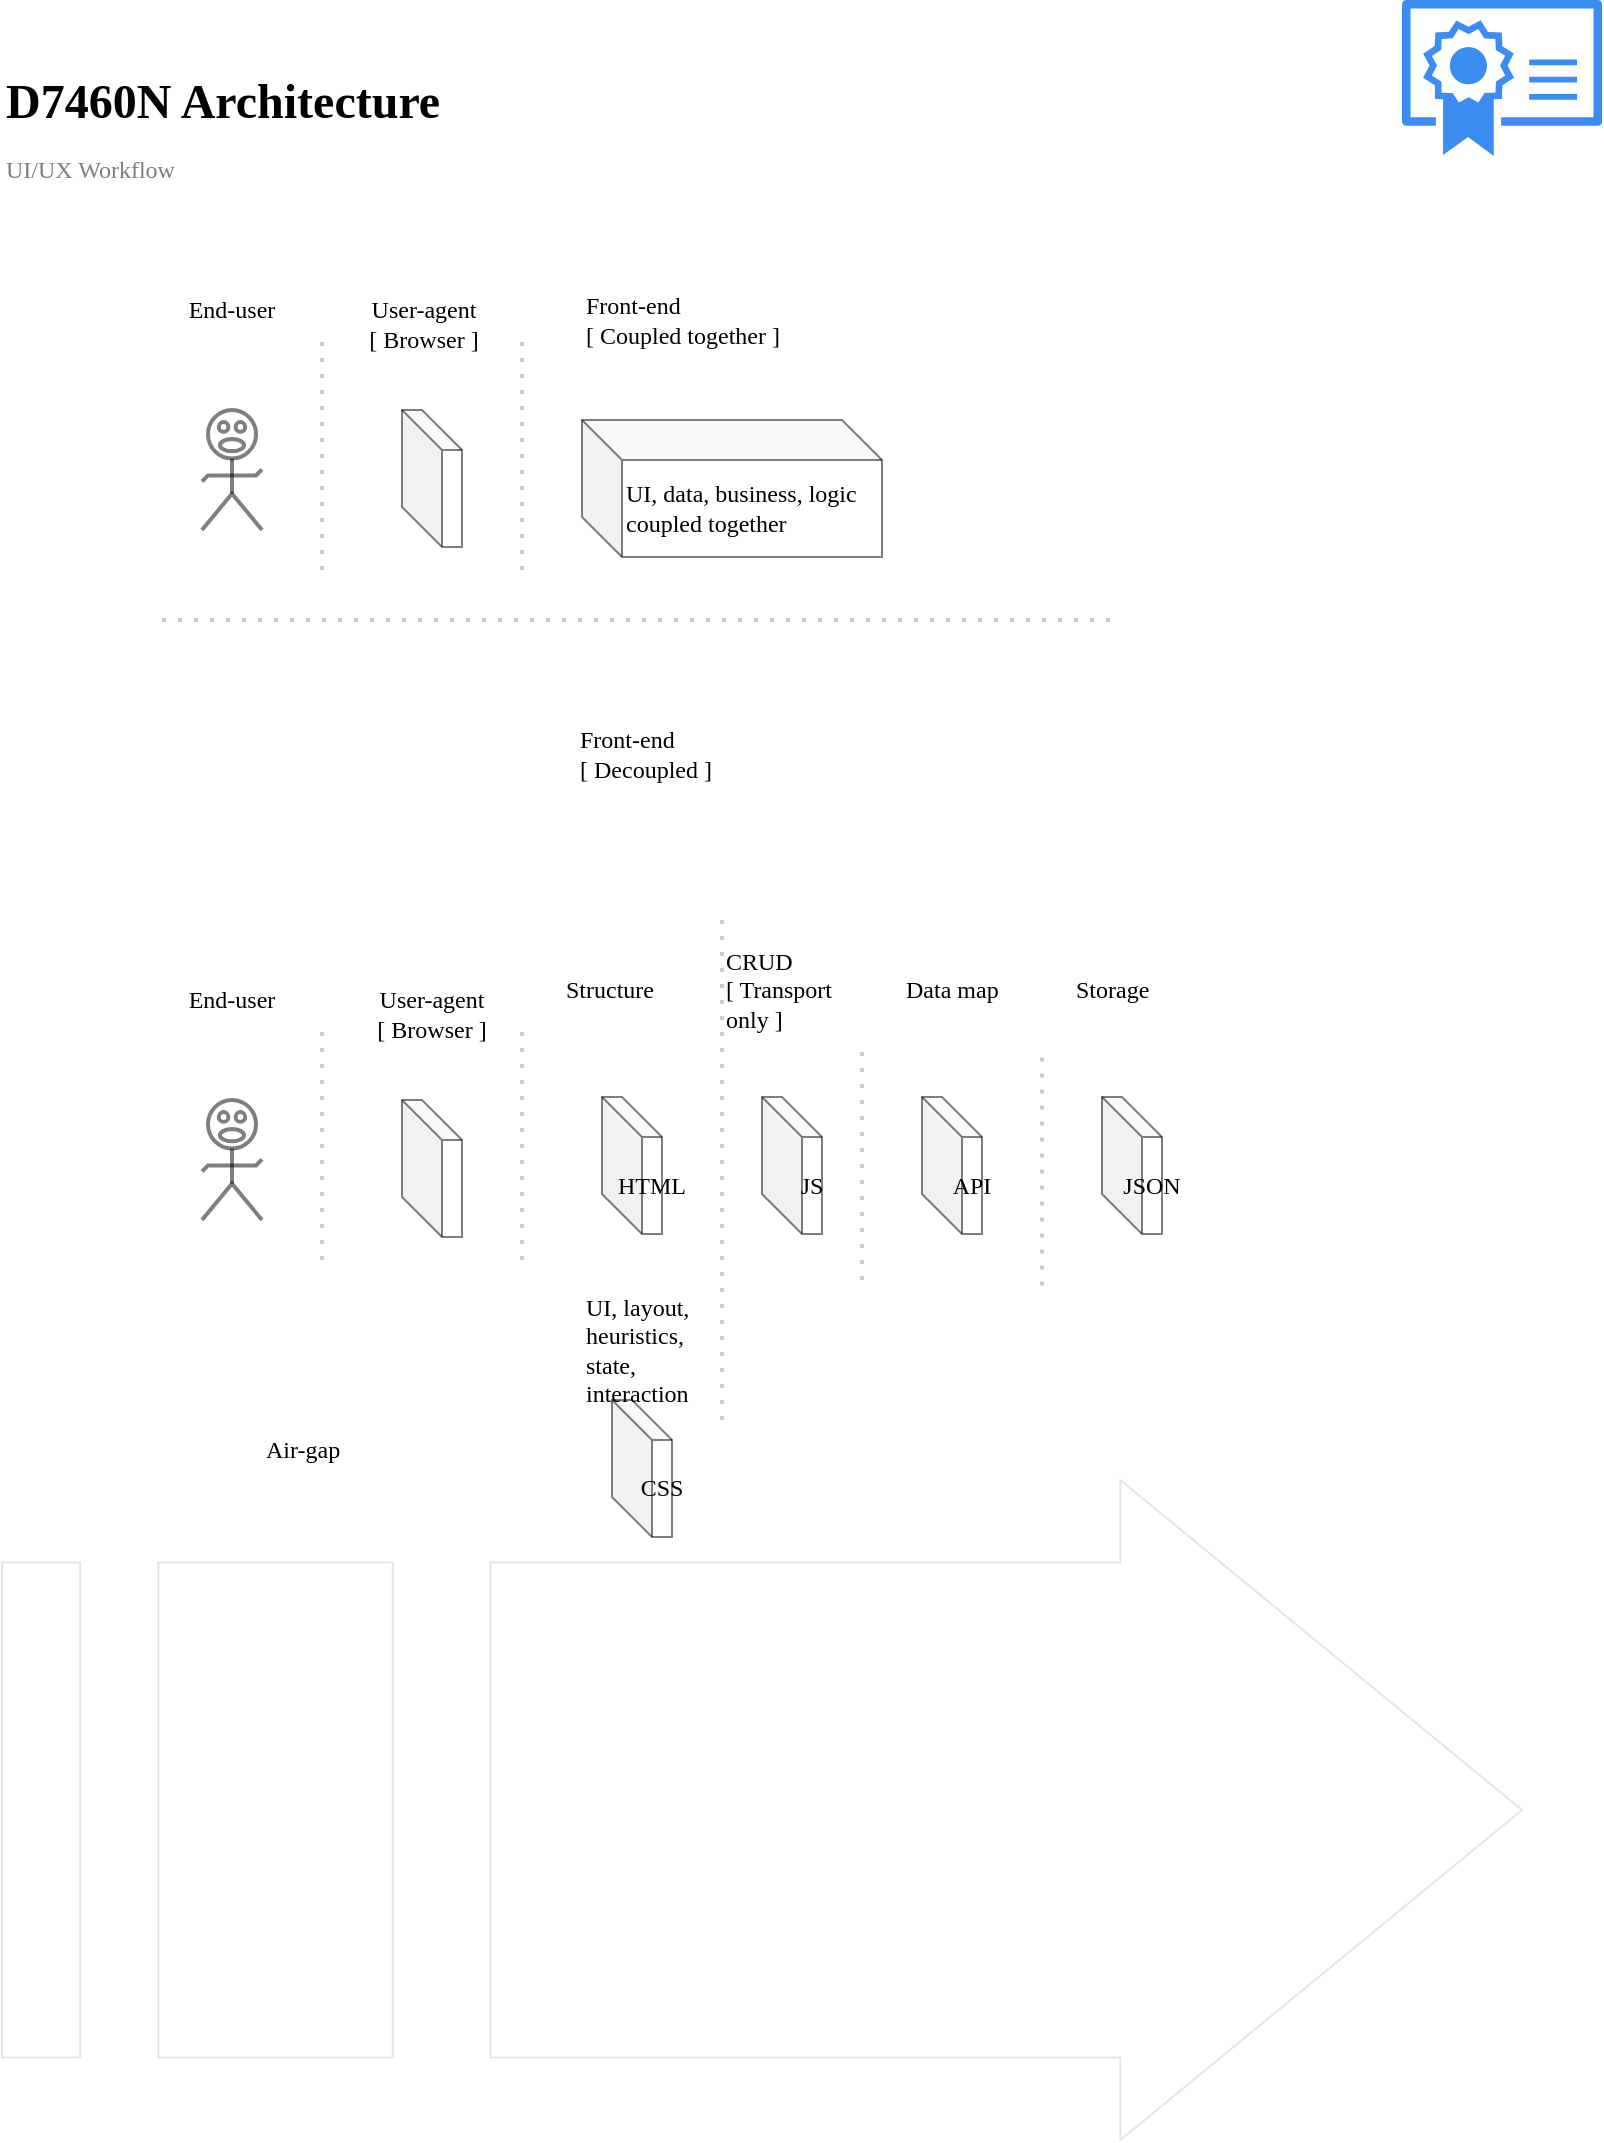
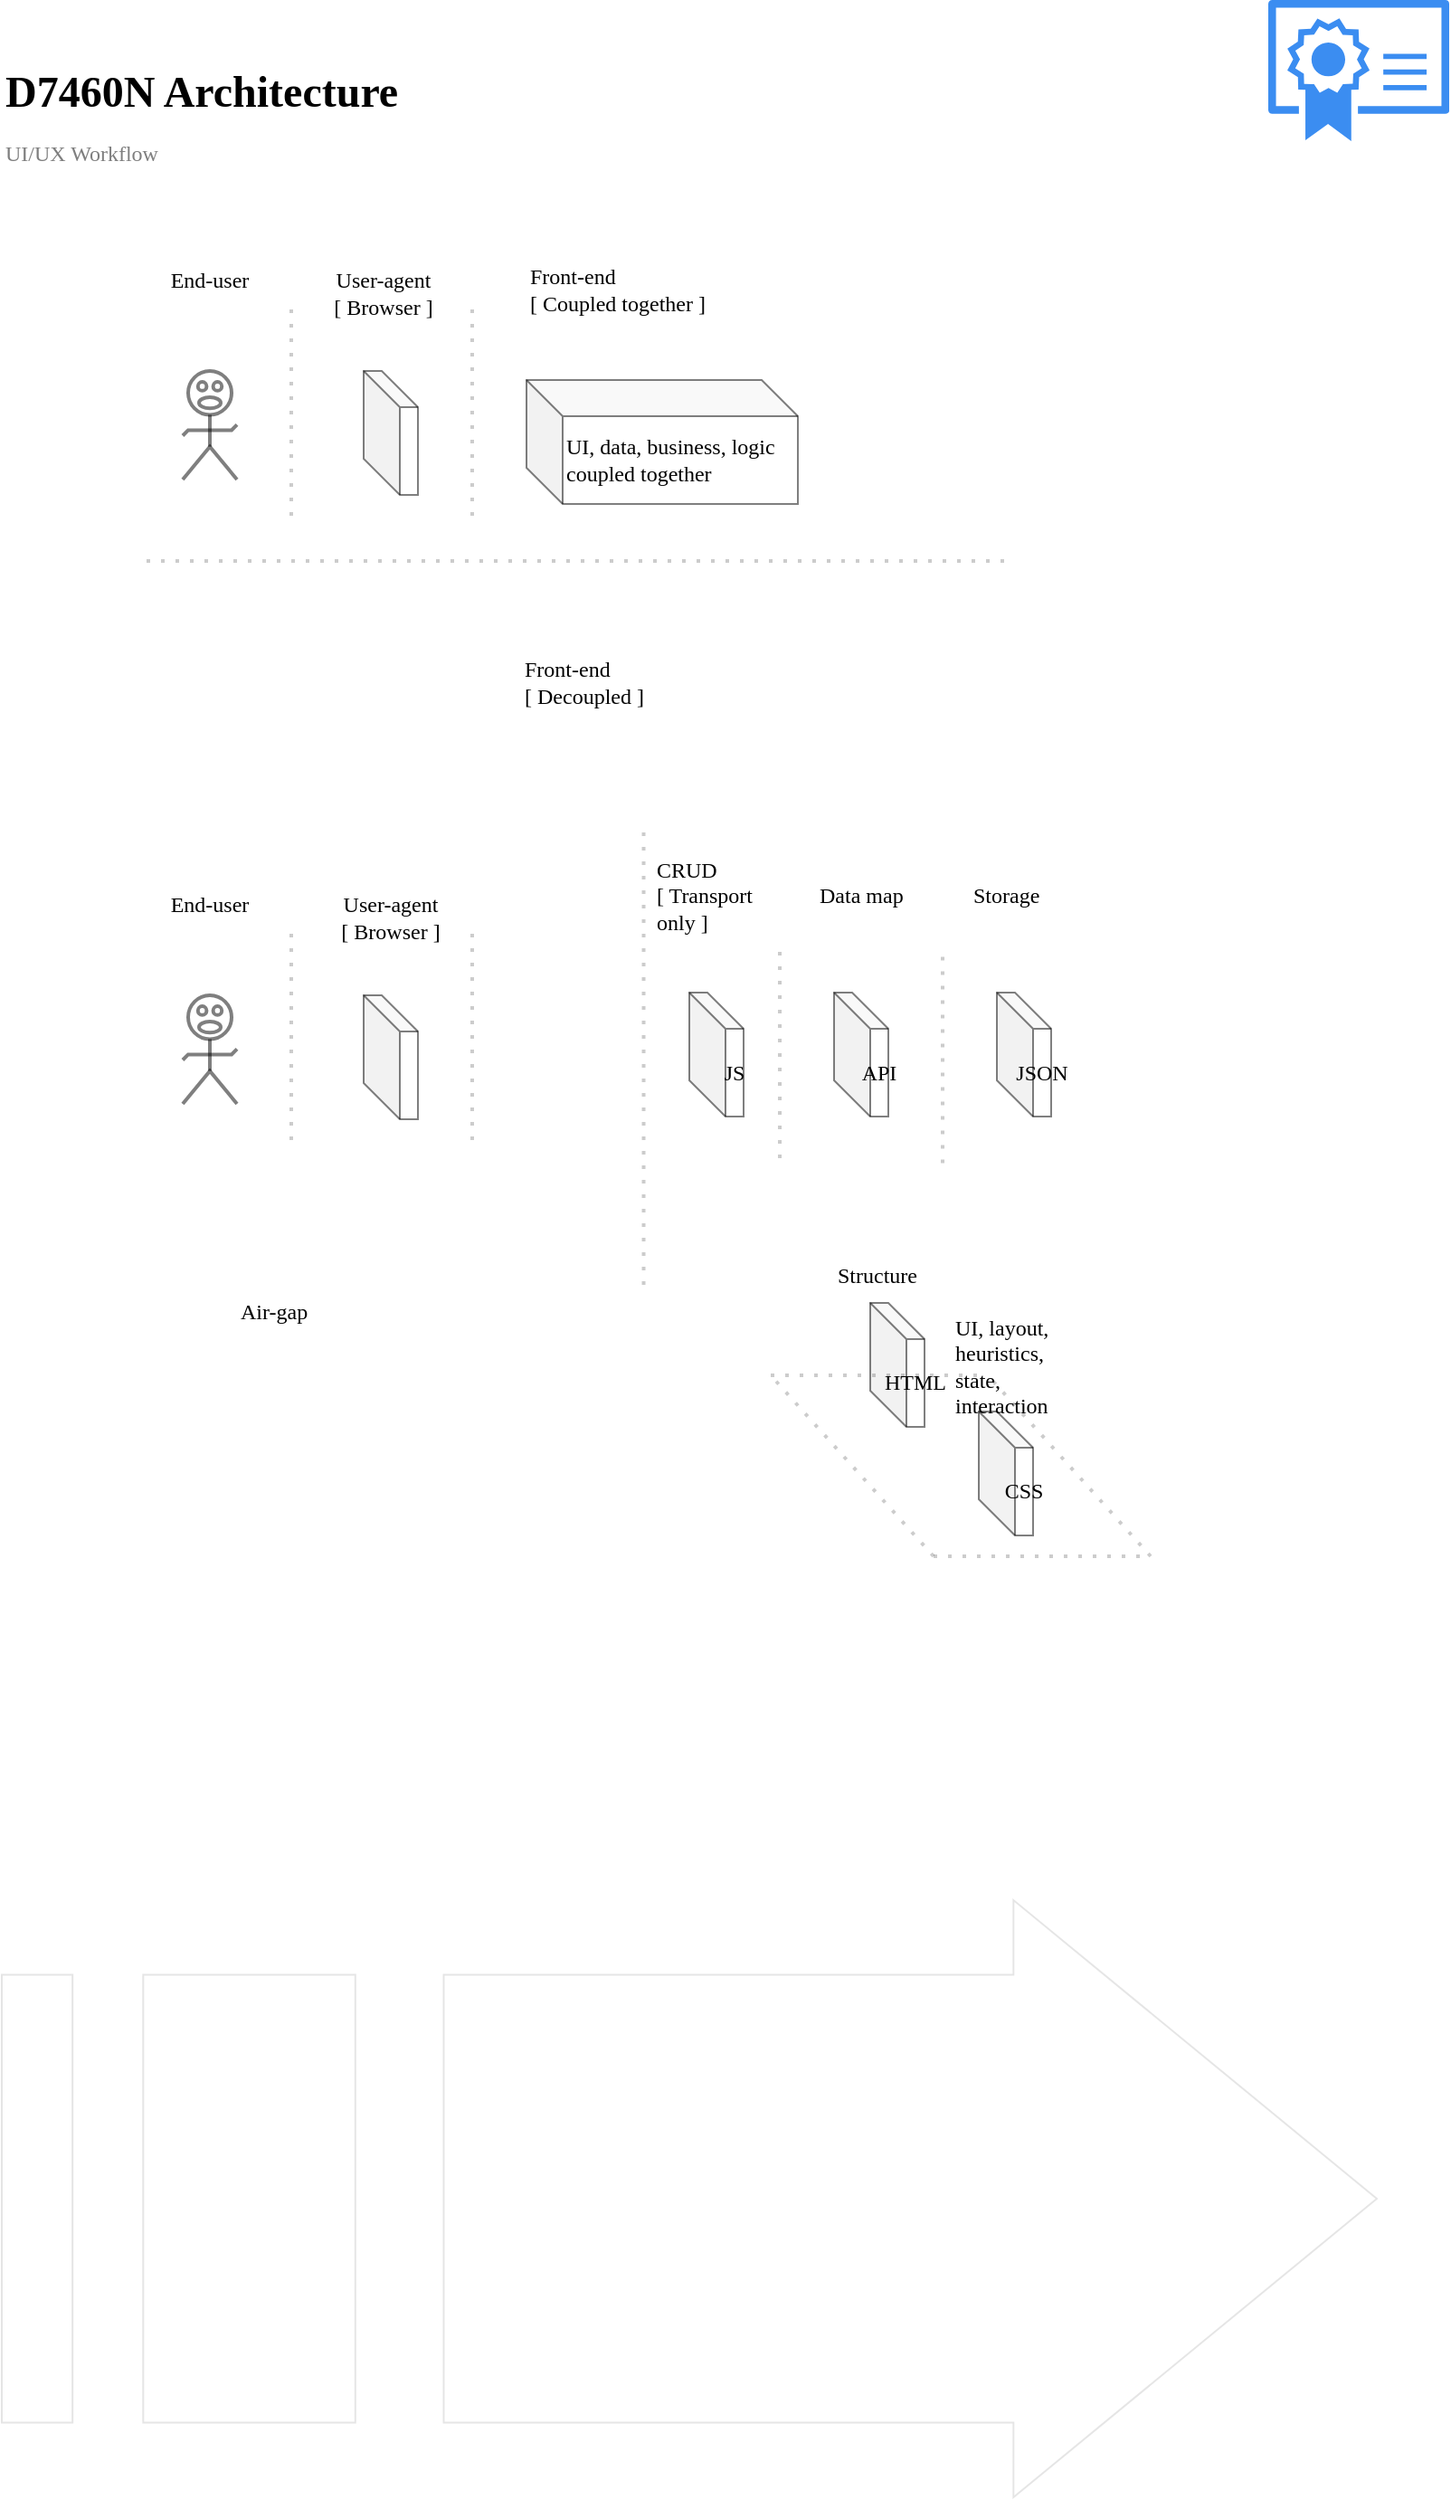
<mxfile host="app.diagrams.net">
  <diagram name="Page-1" id="1L3lwdz5k8RD5xpfTW7Q">
    <mxGraphModel dx="971" dy="611" grid="1" gridSize="10" guides="1" tooltips="1" connect="1" arrows="1" fold="1" page="1" pageScale="1" pageWidth="850" pageHeight="1100" background="none" math="0" shadow="0">
      <root>
        <mxCell id="0" />
        <mxCell id="1" parent="0" />
        <mxCell id="TUrz2ZcVi2iwaZO9Qmu0-129" parent="1" style="html=1;shadow=0;dashed=0;align=center;verticalAlign=middle;shape=mxgraph.arrows2.stripedArrow;dy=0.25;dx=200.84;notch=244.24;opacity=10;strokeColor=default;fontFamily=Oxanium;fontSource=https%3A%2F%2Ffonts.googleapis.com%2Fcss%3Ffamily%3DOxanium;fontSize=12;fontColor=default;fillColor=default;" value="" vertex="1">
-           <mxGeometry height="330" width="760" x="40" y="750" as="geometry" />
+           <mxGeometry height="330" width="760" x="40" y="1060" as="geometry" />
        </mxCell>
        <mxCell id="LfbMUPxPE-MoH8NiE-iL-1" parent="1" style="text;html=1;whiteSpace=wrap;overflow=hidden;rounded=0;fontFamily=Oxanium;fontSource=https%3A%2F%2Ffonts.googleapis.com%2Fcss%3Ffamily%3DOxanium;" value="&lt;h1 style=&quot;margin-top: 0px;&quot;&gt;D7460N Architecture&lt;/h1&gt;" vertex="1">
          <mxGeometry height="40" width="250" x="40" y="40" as="geometry" />
        </mxCell>
        <mxCell id="-z0_abtDp8Hiw1sDU8dF-1" parent="1" style="text;html=1;whiteSpace=wrap;strokeColor=none;fillColor=none;align=left;verticalAlign=middle;rounded=0;opacity=50;textOpacity=50;" value="&lt;span style=&quot;font-family: Oxanium;&quot;&gt;UI/UX Workflow&lt;/span&gt;" vertex="1">
          <mxGeometry height="30" width="380" x="40" y="80" as="geometry" />
        </mxCell>
        <mxCell id="TUrz2ZcVi2iwaZO9Qmu0-21" parent="1" style="sketch=0;html=1;aspect=fixed;strokeColor=none;shadow=0;fillColor=#3B8DF1;verticalAlign=top;labelPosition=center;verticalLabelPosition=bottom;shape=mxgraph.gcp2.certified_industry_standard" value="" vertex="1">
          <mxGeometry height="78" width="100" x="740" y="10" as="geometry" />
        </mxCell>
        <mxCell id="TUrz2ZcVi2iwaZO9Qmu0-26" parent="1" style="verticalLabelPosition=bottom;html=1;verticalAlign=top;strokeWidth=2;shape=mxgraph.lean_mapping.verbal;pointerEvents=1;opacity=50;" value="" vertex="1">
          <mxGeometry height="60" width="30" x="140" y="560" as="geometry" />
        </mxCell>
        <mxCell id="TUrz2ZcVi2iwaZO9Qmu0-58" parent="1" style="shape=cube;whiteSpace=wrap;html=1;boundedLbl=1;backgroundOutline=1;darkOpacity=0.05;darkOpacity2=0.1;opacity=50;strokeColor=default;align=center;verticalAlign=middle;fontFamily=Oxanium;fontSource=https%3A%2F%2Ffonts.googleapis.com%2Fcss%3Ffamily%3DOxanium;fontSize=12;fontColor=default;fillColor=default;size=20;" value="" vertex="1">
          <mxGeometry height="68.5" width="30" x="240" y="560" as="geometry" />
        </mxCell>
        <mxCell id="TUrz2ZcVi2iwaZO9Qmu0-67" edge="1" parent="1" style="endArrow=none;dashed=1;html=1;dashPattern=1 3;strokeWidth=2;rounded=0;fontFamily=Oxanium;fontSource=https%3A%2F%2Ffonts.googleapis.com%2Fcss%3Ffamily%3DOxanium;fontSize=12;fontColor=default;opacity=20;" value="">
          <mxGeometry height="50" relative="1" width="50" as="geometry">
            <mxPoint x="200" y="640" as="sourcePoint" />
            <mxPoint x="200" y="520" as="targetPoint" />
          </mxGeometry>
        </mxCell>
        <mxCell id="TUrz2ZcVi2iwaZO9Qmu0-68" parent="1" style="text;html=1;whiteSpace=wrap;strokeColor=none;fillColor=none;align=center;verticalAlign=middle;rounded=0;autosize=1;resizable=0;fontFamily=Oxanium;fontSource=https%3A%2F%2Ffonts.googleapis.com%2Fcss%3Ffamily%3DOxanium;fontSize=12;fontColor=default;" value="End-user" vertex="1">
          <mxGeometry height="30" width="70" x="120" y="495" as="geometry" />
        </mxCell>
        <mxCell id="TUrz2ZcVi2iwaZO9Qmu0-70" parent="1" style="text;html=1;whiteSpace=wrap;strokeColor=none;fillColor=none;align=center;verticalAlign=middle;rounded=0;autosize=1;resizable=0;fontFamily=Oxanium;fontSource=https%3A%2F%2Ffonts.googleapis.com%2Fcss%3Ffamily%3DOxanium;fontSize=12;fontColor=default;" value="User-agent&lt;div&gt;[ Browser ]&lt;/div&gt;" vertex="1">
          <mxGeometry height="40" width="90" x="210" y="497" as="geometry" />
        </mxCell>
        <mxCell id="TUrz2ZcVi2iwaZO9Qmu0-71" edge="1" parent="1" style="endArrow=none;dashed=1;html=1;dashPattern=1 3;strokeWidth=2;rounded=0;fontFamily=Oxanium;fontSource=https%3A%2F%2Ffonts.googleapis.com%2Fcss%3Ffamily%3DOxanium;fontSize=12;fontColor=default;opacity=20;" value="">
          <mxGeometry height="50" relative="1" width="50" as="geometry">
            <mxPoint x="300" y="640" as="sourcePoint" />
            <mxPoint x="300" y="520" as="targetPoint" />
          </mxGeometry>
        </mxCell>
        <mxCell id="TUrz2ZcVi2iwaZO9Qmu0-82" parent="1" style="shape=cube;whiteSpace=wrap;html=1;boundedLbl=1;backgroundOutline=1;darkOpacity=0.05;darkOpacity2=0.1;opacity=50;strokeColor=default;align=center;verticalAlign=middle;fontFamily=Oxanium;fontSource=https%3A%2F%2Ffonts.googleapis.com%2Fcss%3Ffamily%3DOxanium;fontSize=12;fontColor=default;fillColor=default;size=20;" value="JS" vertex="1">
          <mxGeometry height="68.5" width="30" x="420" y="558.5" as="geometry" />
        </mxCell>
        <mxCell id="TUrz2ZcVi2iwaZO9Qmu0-81" parent="1" style="shape=cube;whiteSpace=wrap;html=1;boundedLbl=1;backgroundOutline=1;darkOpacity=0.05;darkOpacity2=0.1;opacity=50;strokeColor=default;align=center;verticalAlign=middle;fontFamily=Oxanium;fontSource=https%3A%2F%2Ffonts.googleapis.com%2Fcss%3Ffamily%3DOxanium;fontSize=12;fontColor=default;fillColor=default;size=20;" value="HTML" vertex="1">
-           <mxGeometry height="68.5" width="30" x="340" y="558.5" as="geometry" />
+           <mxGeometry height="68.5" width="30" x="520" y="730" as="geometry" />
        </mxCell>
        <mxCell id="TUrz2ZcVi2iwaZO9Qmu0-85" parent="1" style="shape=cube;whiteSpace=wrap;html=1;boundedLbl=1;backgroundOutline=1;darkOpacity=0.05;darkOpacity2=0.1;opacity=50;strokeColor=default;align=center;verticalAlign=middle;fontFamily=Oxanium;fontSource=https%3A%2F%2Ffonts.googleapis.com%2Fcss%3Ffamily%3DOxanium;fontSize=12;fontColor=default;fillColor=default;size=20;" value="JSON" vertex="1">
          <mxGeometry height="68.5" width="30" x="590" y="558.5" as="geometry" />
        </mxCell>
        <mxCell id="TUrz2ZcVi2iwaZO9Qmu0-86" parent="1" style="shape=cube;whiteSpace=wrap;html=1;boundedLbl=1;backgroundOutline=1;darkOpacity=0.05;darkOpacity2=0.1;opacity=50;strokeColor=default;align=center;verticalAlign=middle;fontFamily=Oxanium;fontSource=https%3A%2F%2Ffonts.googleapis.com%2Fcss%3Ffamily%3DOxanium;fontSize=12;fontColor=default;fillColor=default;size=20;" value="API" vertex="1">
          <mxGeometry height="68.5" width="30" x="500" y="558.5" as="geometry" />
        </mxCell>
        <mxCell id="TUrz2ZcVi2iwaZO9Qmu0-127" parent="1" style="shape=cube;whiteSpace=wrap;html=1;boundedLbl=1;backgroundOutline=1;darkOpacity=0.05;darkOpacity2=0.1;opacity=50;strokeColor=default;align=left;verticalAlign=middle;fontFamily=Oxanium;fontSource=https%3A%2F%2Ffonts.googleapis.com%2Fcss%3Ffamily%3DOxanium;fontSize=12;fontColor=default;fillColor=default;size=20;" value="UI, data, business, logic coupled together&amp;nbsp;" vertex="1">
          <mxGeometry height="68.5" width="150" x="330" y="220" as="geometry" />
        </mxCell>
        <mxCell id="TUrz2ZcVi2iwaZO9Qmu0-131" edge="1" parent="1" style="endArrow=none;dashed=1;html=1;dashPattern=1 3;strokeWidth=2;rounded=0;fontFamily=Oxanium;fontSource=https%3A%2F%2Ffonts.googleapis.com%2Fcss%3Ffamily%3DOxanium;fontSize=12;fontColor=default;opacity=20;" value="">
          <mxGeometry height="50" relative="1" width="50" as="geometry">
            <mxPoint x="120" y="320" as="sourcePoint" />
            <mxPoint x="600" y="320" as="targetPoint" />
          </mxGeometry>
        </mxCell>
        <mxCell id="TUrz2ZcVi2iwaZO9Qmu0-132" parent="1" style="verticalLabelPosition=bottom;html=1;verticalAlign=top;strokeWidth=2;shape=mxgraph.lean_mapping.verbal;pointerEvents=1;opacity=50;" value="" vertex="1">
          <mxGeometry height="60" width="30" x="140" y="215" as="geometry" />
        </mxCell>
        <mxCell id="TUrz2ZcVi2iwaZO9Qmu0-133" parent="1" style="shape=cube;whiteSpace=wrap;html=1;boundedLbl=1;backgroundOutline=1;darkOpacity=0.05;darkOpacity2=0.1;opacity=50;strokeColor=default;align=center;verticalAlign=middle;fontFamily=Oxanium;fontSource=https%3A%2F%2Ffonts.googleapis.com%2Fcss%3Ffamily%3DOxanium;fontSize=12;fontColor=default;fillColor=default;size=20;" value="" vertex="1">
          <mxGeometry height="68.5" width="30" x="240" y="215" as="geometry" />
        </mxCell>
        <mxCell id="TUrz2ZcVi2iwaZO9Qmu0-134" edge="1" parent="1" style="endArrow=none;dashed=1;html=1;dashPattern=1 3;strokeWidth=2;rounded=0;fontFamily=Oxanium;fontSource=https%3A%2F%2Ffonts.googleapis.com%2Fcss%3Ffamily%3DOxanium;fontSize=12;fontColor=default;opacity=20;" value="">
          <mxGeometry height="50" relative="1" width="50" as="geometry">
            <mxPoint x="200" y="295" as="sourcePoint" />
            <mxPoint x="200" y="175" as="targetPoint" />
          </mxGeometry>
        </mxCell>
        <mxCell id="TUrz2ZcVi2iwaZO9Qmu0-135" parent="1" style="text;html=1;whiteSpace=wrap;strokeColor=none;fillColor=none;align=center;verticalAlign=middle;rounded=0;autosize=1;resizable=0;fontFamily=Oxanium;fontSource=https%3A%2F%2Ffonts.googleapis.com%2Fcss%3Ffamily%3DOxanium;fontSize=12;fontColor=default;" value="End-user" vertex="1">
          <mxGeometry height="30" width="70" x="120" y="150" as="geometry" />
        </mxCell>
        <mxCell id="TUrz2ZcVi2iwaZO9Qmu0-136" parent="1" style="text;html=1;whiteSpace=wrap;strokeColor=none;fillColor=none;align=center;verticalAlign=middle;rounded=0;autosize=1;resizable=0;fontFamily=Oxanium;fontSource=https%3A%2F%2Ffonts.googleapis.com%2Fcss%3Ffamily%3DOxanium;fontSize=12;fontColor=default;" value="User-agent&lt;div&gt;[ Browser ]&lt;/div&gt;" vertex="1">
          <mxGeometry height="40" width="90" x="206" y="152" as="geometry" />
        </mxCell>
        <mxCell id="TUrz2ZcVi2iwaZO9Qmu0-137" edge="1" parent="1" style="endArrow=none;dashed=1;html=1;dashPattern=1 3;strokeWidth=2;rounded=0;fontFamily=Oxanium;fontSource=https%3A%2F%2Ffonts.googleapis.com%2Fcss%3Ffamily%3DOxanium;fontSize=12;fontColor=default;opacity=20;" value="">
          <mxGeometry height="50" relative="1" width="50" as="geometry">
            <mxPoint x="300" y="295" as="sourcePoint" />
            <mxPoint x="300" y="175" as="targetPoint" />
          </mxGeometry>
        </mxCell>
        <mxCell id="TUrz2ZcVi2iwaZO9Qmu0-138" parent="1" style="text;html=1;whiteSpace=wrap;strokeColor=none;fillColor=none;align=left;verticalAlign=middle;rounded=0;autosize=1;resizable=0;fontFamily=Oxanium;fontSource=https%3A%2F%2Ffonts.googleapis.com%2Fcss%3Ffamily%3DOxanium;fontSize=12;fontColor=default;" value="Front-end&lt;div&gt;[ Coupled together ]&lt;/div&gt;" vertex="1">
          <mxGeometry height="40" width="130" x="330" y="150" as="geometry" />
        </mxCell>
        <mxCell id="TUrz2ZcVi2iwaZO9Qmu0-139" parent="1" style="text;html=1;whiteSpace=wrap;strokeColor=none;fillColor=none;align=left;verticalAlign=middle;rounded=0;autosize=1;resizable=0;fontFamily=Oxanium;fontSource=https%3A%2F%2Ffonts.googleapis.com%2Fcss%3Ffamily%3DOxanium;fontSize=12;fontColor=default;" value="Front-end&lt;div&gt;[ Decoupled ]&lt;/div&gt;" vertex="1">
          <mxGeometry height="40" width="100" x="327" y="367" as="geometry" />
        </mxCell>
        <mxCell id="TUrz2ZcVi2iwaZO9Qmu0-140" parent="1" style="text;html=1;whiteSpace=wrap;strokeColor=none;fillColor=none;align=left;verticalAlign=middle;rounded=0;autosize=1;resizable=0;fontFamily=Oxanium;fontSource=https%3A%2F%2Ffonts.googleapis.com%2Fcss%3Ffamily%3DOxanium;fontSize=12;fontColor=default;" value="Air-gap" vertex="1">
          <mxGeometry height="30" width="60" x="170" y="720" as="geometry" />
        </mxCell>
        <mxCell id="TUrz2ZcVi2iwaZO9Qmu0-142" edge="1" parent="1" style="endArrow=none;dashed=1;html=1;dashPattern=1 3;strokeWidth=2;rounded=0;fontFamily=Oxanium;fontSource=https%3A%2F%2Ffonts.googleapis.com%2Fcss%3Ffamily%3DOxanium;fontSize=12;fontColor=default;opacity=20;" value="">
          <mxGeometry height="50" relative="1" width="50" as="geometry">
            <mxPoint x="470" y="650" as="sourcePoint" />
            <mxPoint x="470" y="530" as="targetPoint" />
          </mxGeometry>
        </mxCell>
        <mxCell id="TUrz2ZcVi2iwaZO9Qmu0-143" edge="1" parent="1" style="endArrow=none;dashed=1;html=1;dashPattern=1 3;strokeWidth=2;rounded=0;fontFamily=Oxanium;fontSource=https%3A%2F%2Ffonts.googleapis.com%2Fcss%3Ffamily%3DOxanium;fontSize=12;fontColor=default;opacity=20;" value="">
          <mxGeometry height="50" relative="1" width="50" as="geometry">
-             <mxPoint x="400" y="720" as="sourcePoint" />
-             <mxPoint x="400" y="470" as="targetPoint" />
+             <mxPoint x="394.76" y="720" as="sourcePoint" />
+             <mxPoint x="394.76" y="470" as="targetPoint" />
          </mxGeometry>
        </mxCell>
        <mxCell id="TUrz2ZcVi2iwaZO9Qmu0-145" edge="1" parent="1" style="endArrow=none;dashed=1;html=1;dashPattern=1 3;strokeWidth=2;rounded=0;fontFamily=Oxanium;fontSource=https%3A%2F%2Ffonts.googleapis.com%2Fcss%3Ffamily%3DOxanium;fontSize=12;fontColor=default;opacity=20;" value="">
          <mxGeometry height="50" relative="1" width="50" as="geometry">
            <mxPoint x="560" y="652.75" as="sourcePoint" />
            <mxPoint x="560" y="532.75" as="targetPoint" />
          </mxGeometry>
        </mxCell>
        <mxCell id="TUrz2ZcVi2iwaZO9Qmu0-146" parent="1" style="text;html=1;whiteSpace=wrap;strokeColor=none;fillColor=none;align=left;verticalAlign=middle;rounded=0;fontFamily=Oxanium;fontSource=https%3A%2F%2Ffonts.googleapis.com%2Fcss%3Ffamily%3DOxanium;fontSize=12;fontColor=default;" value="CRUD&lt;div&gt;[ Transport&lt;/div&gt;&lt;div&gt;only ]&lt;/div&gt;" vertex="1">
          <mxGeometry height="30" width="100" x="400" y="490" as="geometry" />
        </mxCell>
        <mxCell id="TUrz2ZcVi2iwaZO9Qmu0-147" parent="1" style="text;html=1;whiteSpace=wrap;strokeColor=none;fillColor=none;align=left;verticalAlign=middle;rounded=0;fontFamily=Oxanium;fontSource=https%3A%2F%2Ffonts.googleapis.com%2Fcss%3Ffamily%3DOxanium;fontSize=12;fontColor=default;" value="Structure" vertex="1">
-           <mxGeometry height="30" width="60" x="320" y="490" as="geometry" />
+           <mxGeometry height="30" width="60" x="500" y="700" as="geometry" />
        </mxCell>
        <mxCell id="TUrz2ZcVi2iwaZO9Qmu0-149" parent="1" style="text;html=1;whiteSpace=wrap;strokeColor=none;fillColor=none;align=left;verticalAlign=middle;rounded=0;fontFamily=Oxanium;fontSource=https%3A%2F%2Ffonts.googleapis.com%2Fcss%3Ffamily%3DOxanium;fontSize=12;fontColor=default;" value="Data map" vertex="1">
          <mxGeometry height="30" width="60" x="490" y="490" as="geometry" />
        </mxCell>
        <mxCell id="TUrz2ZcVi2iwaZO9Qmu0-150" parent="1" style="text;html=1;whiteSpace=wrap;strokeColor=none;fillColor=none;align=left;verticalAlign=middle;rounded=0;fontFamily=Oxanium;fontSource=https%3A%2F%2Ffonts.googleapis.com%2Fcss%3Ffamily%3DOxanium;fontSize=12;fontColor=default;" value="Storage" vertex="1">
          <mxGeometry height="30" width="60" x="575" y="490" as="geometry" />
        </mxCell>
-         <mxCell id="TUrz2ZcVi2iwaZO9Qmu0-151" connectable="0" parent="1" style="group" value="" vertex="1">
-           <mxGeometry height="108.5" width="60" x="330" y="670" as="geometry" />
+         <mxCell id="TUrz2ZcVi2iwaZO9Qmu0-158" connectable="0" parent="1" style="group" value="" vertex="1">
+           <mxGeometry height="100" width="210" x="465" y="770" as="geometry" />
+         </mxCell>
+         <mxCell id="TUrz2ZcVi2iwaZO9Qmu0-154" edge="1" parent="TUrz2ZcVi2iwaZO9Qmu0-158" style="endArrow=none;dashed=1;html=1;dashPattern=1 3;strokeWidth=2;rounded=0;fontFamily=Oxanium;fontSource=https%3A%2F%2Ffonts.googleapis.com%2Fcss%3Ffamily%3DOxanium;fontSize=12;fontColor=default;opacity=20;" value="">
+           <mxGeometry height="50" relative="1" width="50" as="geometry">
+             <mxPoint x="90" y="100" as="sourcePoint" />
+             <mxPoint as="targetPoint" />
+           </mxGeometry>
+         </mxCell>
+         <mxCell id="TUrz2ZcVi2iwaZO9Qmu0-155" edge="1" parent="TUrz2ZcVi2iwaZO9Qmu0-158" style="endArrow=none;dashed=1;html=1;dashPattern=1 3;strokeWidth=2;rounded=0;fontFamily=Oxanium;fontSource=https%3A%2F%2Ffonts.googleapis.com%2Fcss%3Ffamily%3DOxanium;fontSize=12;fontColor=default;opacity=20;" value="">
+           <mxGeometry height="50" relative="1" width="50" as="geometry">
+             <mxPoint x="210" y="100" as="sourcePoint" />
+             <mxPoint x="120" as="targetPoint" />
+           </mxGeometry>
+         </mxCell>
+         <mxCell id="TUrz2ZcVi2iwaZO9Qmu0-156" edge="1" parent="TUrz2ZcVi2iwaZO9Qmu0-158" style="endArrow=none;dashed=1;html=1;dashPattern=1 3;strokeWidth=2;rounded=0;fontFamily=Oxanium;fontSource=https%3A%2F%2Ffonts.googleapis.com%2Fcss%3Ffamily%3DOxanium;fontSize=12;fontColor=default;opacity=20;" value="">
+           <mxGeometry height="50" relative="1" width="50" as="geometry">
+             <mxPoint as="sourcePoint" />
+             <mxPoint x="120" as="targetPoint" />
+           </mxGeometry>
+         </mxCell>
+         <mxCell id="TUrz2ZcVi2iwaZO9Qmu0-157" edge="1" parent="TUrz2ZcVi2iwaZO9Qmu0-158" style="endArrow=none;dashed=1;html=1;dashPattern=1 3;strokeWidth=2;rounded=0;fontFamily=Oxanium;fontSource=https%3A%2F%2Ffonts.googleapis.com%2Fcss%3Ffamily%3DOxanium;fontSize=12;fontColor=default;opacity=20;" value="">
+           <mxGeometry height="50" relative="1" width="50" as="geometry">
+             <mxPoint x="90" y="100" as="sourcePoint" />
+             <mxPoint x="210" y="100" as="targetPoint" />
+           </mxGeometry>
+         </mxCell>
+         <mxCell id="TUrz2ZcVi2iwaZO9Qmu0-151" connectable="0" parent="TUrz2ZcVi2iwaZO9Qmu0-158" style="group" value="" vertex="1">
+           <mxGeometry height="108.5" width="60" x="100" y="-20" as="geometry" />
        </mxCell>
        <mxCell id="TUrz2ZcVi2iwaZO9Qmu0-141" parent="TUrz2ZcVi2iwaZO9Qmu0-151" style="shape=cube;whiteSpace=wrap;html=1;boundedLbl=1;backgroundOutline=1;darkOpacity=0.05;darkOpacity2=0.1;opacity=50;strokeColor=default;align=center;verticalAlign=middle;fontFamily=Oxanium;fontSource=https%3A%2F%2Ffonts.googleapis.com%2Fcss%3Ffamily%3DOxanium;fontSize=12;fontColor=default;fillColor=default;size=20;" value="CSS" vertex="1">
          <mxGeometry height="68.5" width="30" x="15" y="40" as="geometry" />
        </mxCell>
        <mxCell id="TUrz2ZcVi2iwaZO9Qmu0-148" parent="TUrz2ZcVi2iwaZO9Qmu0-151" style="text;html=1;whiteSpace=wrap;strokeColor=none;fillColor=none;align=left;verticalAlign=middle;rounded=0;fontFamily=Oxanium;fontSource=https%3A%2F%2Ffonts.googleapis.com%2Fcss%3Ffamily%3DOxanium;fontSize=12;fontColor=default;" value="UI, layout, heuristics, state, interaction" vertex="1">
          <mxGeometry height="30" width="60" as="geometry" />
        </mxCell>
      </root>
    </mxGraphModel>
  </diagram>
</mxfile>
